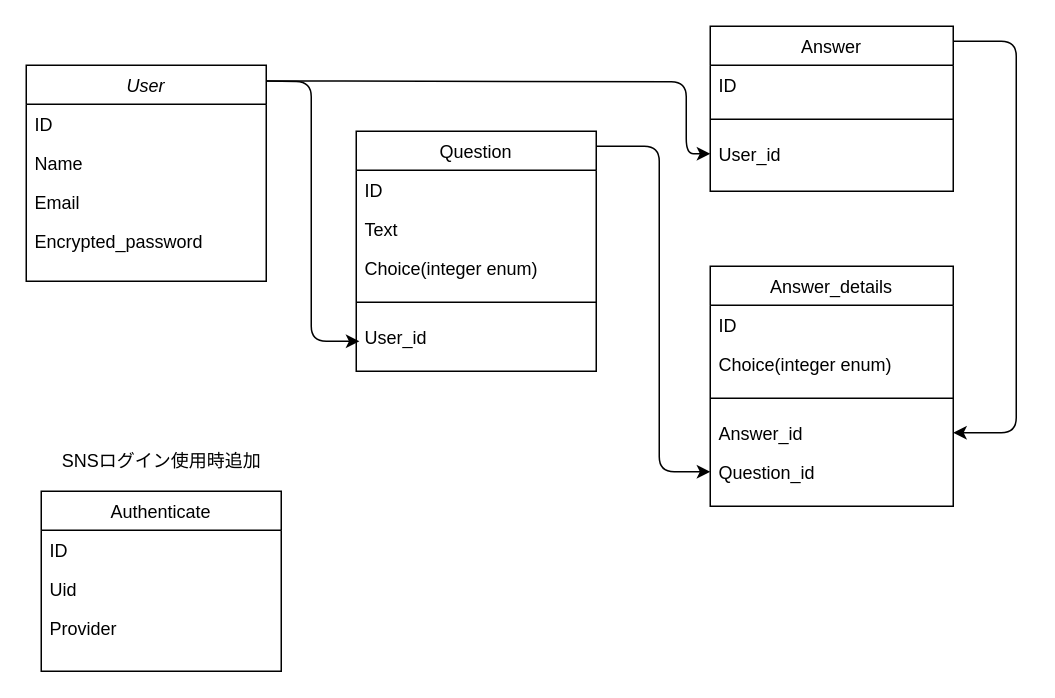
Earlier version of the draw.io diagram ER図.drawio (kyohei-917/meat_head). Source tidied: cells renumbered, new cells numbered last; positions are measured from the earlier drawing's top-left corner, leaving out a move shared by most shapes. Both pictures are drawn from the tidied source at 150%, with x=0, y=0 at pixel (26, 26).
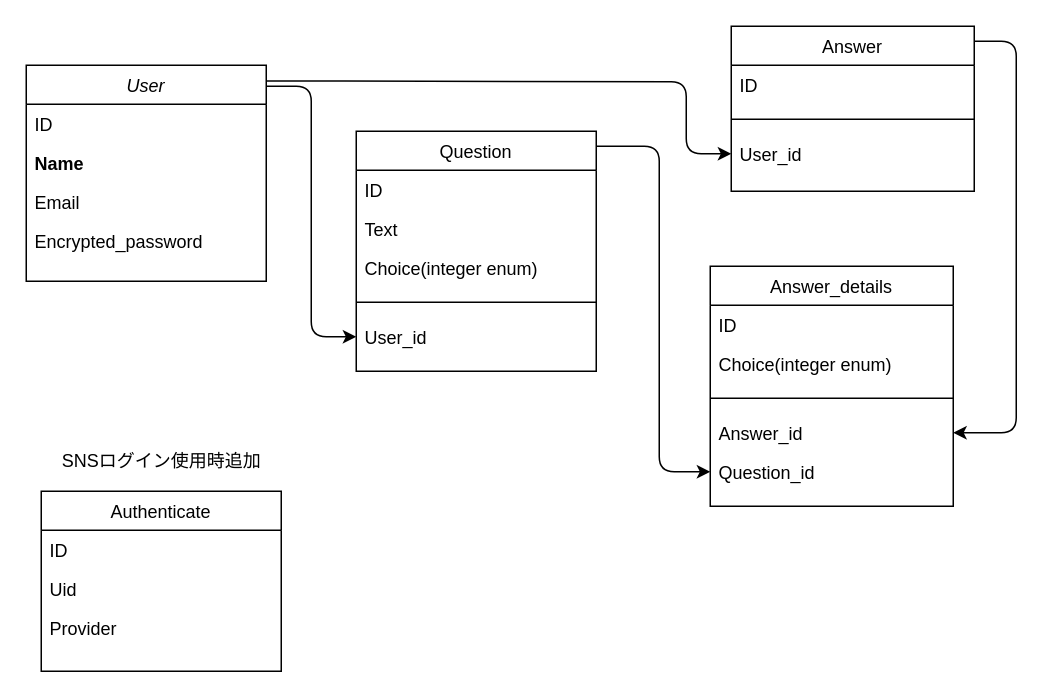
The same page after the edit.

Commit message:
Fix: ER図配置修正

The change refers to these unchanged cells:
```xml
<mxCell id="2" value="User" style="swimlane;fontStyle=2;align=center;verticalAlign=top;horizontal=1;startSize=26;rounded=0;shadow=0;strokeWidth=1;" parent="1" vertex="1">
  <mxGeometry y="26" width="160" height="144" as="geometry" />
</mxCell>
<mxCell id="7" value="Question" style="swimlane;fontStyle=0;align=center;verticalAlign=top;horizontal=1;startSize=26;rounded=0;shadow=0;strokeWidth=1;" parent="1" vertex="1">
  <mxGeometry x="220" y="70" width="160" height="160" as="geometry" />
</mxCell>
<mxCell id="17" value="Answer_id" style="text;align=left;verticalAlign=top;spacingLeft=4;spacingRight=4;overflow=hidden;points=[[0,0.5],[1,0.5]];portConstraint=eastwest;rounded=0;shadow=0;html=0;" parent="13" vertex="1">
  <mxGeometry y="98" width="162" height="26" as="geometry" />
</mxCell>
```

What changed in the source:
```diff
@@
-    <mxCell id="4" value="Name" style="text;align=left;verticalAlign=top;spacingLeft=4;spacingRight=4;overflow=hidden;rounded=0;shadow=0;html=0;" parent="2" vertex="1">
+    <mxCell id="4" value="Name" style="text;align=left;verticalAlign=top;spacingLeft=4;spacingRight=4;overflow=hidden;rounded=0;shadow=0;html=0;fontStyle=1;" parent="2" vertex="1">
       <mxGeometry y="52" width="160" height="26" as="geometry" />
     </mxCell>
@@
-    <mxCell id="10" value="Choice(integer enum)&#10;" style="text;align=left;verticalAlign=top;spacingLeft=4;spacingRight=4;overflow=hidden;rounded=0;shadow=0;html=0;" parent="7" vertex="1">
+    <mxCell id="10" value="Choice(integer enum)" style="text;align=left;verticalAlign=top;spacingLeft=4;spacingRight=4;overflow=hidden;rounded=0;shadow=0;html=0;" parent="7" vertex="1">
       <mxGeometry y="78" width="160" height="26" as="geometry" />
     </mxCell>
@@
     <mxCell id="12" value="User_id" style="text;align=left;verticalAlign=top;spacingLeft=4;spacingRight=4;overflow=hidden;points=[[0,0.5],[1,0.5]];portConstraint=eastwest;rounded=0;shadow=0;html=0;" parent="7" vertex="1">
-      <mxGeometry y="124" width="160" height="16" as="geometry" />
+      <mxGeometry y="124" width="160" height="26" as="geometry" />
     </mxCell>
@@
     <mxCell id="24" value="Answer" style="swimlane;fontStyle=0;align=center;verticalAlign=top;horizontal=1;startSize=26;rounded=0;shadow=0;strokeWidth=1;" parent="1" vertex="1">
-      <mxGeometry x="456" width="162" height="110" as="geometry" />
+      <mxGeometry x="470" width="162" height="110" as="geometry" />
     </mxCell>
@@
-    <mxCell id="28" style="endArrow=classic;html=1;exitX=1;exitY=0.091;exitDx=0;exitDy=0;exitPerimeter=0;entryX=1;entryY=0.5;entryDx=0;entryDy=0;" parent="1" edge="1" source="24" target="17">
-      <mxGeometry relative="1" as="geometry">
-        <Array as="points">
-          <mxPoint x="660" y="10" />
-          <mxPoint x="660" y="271" />
-        </Array>
-      </mxGeometry>
-    </mxCell>
+    <mxCell id="32" style="endArrow=classic;html=1;exitX=1;exitY=0.091;exitDx=0;exitDy=0;exitPerimeter=0;entryX=0;entryY=0.5;entryDx=0;entryDy=0;" parent="1" edge="1" target="12">
+      <mxGeometry relative="1" as="geometry">
+        <mxPoint x="160" y="40" as="sourcePoint" />
+        <Array as="points">
+          <mxPoint x="190" y="40" />
+          <mxPoint x="190" y="207" />
+        </Array>
+      </mxGeometry>
+    </mxCell>
@@
-    <mxCell id="31" style="endArrow=classic;html=1;exitX=1;exitY=0.091;exitDx=0;exitDy=0;exitPerimeter=0;entryX=0.013;entryY=1;entryDx=0;entryDy=0;entryPerimeter=0;" parent="1" edge="1" target="12">
-      <mxGeometry relative="1" as="geometry">
-        <mxPoint x="160" y="36.5" as="sourcePoint" />
-        <Array as="points">
-          <mxPoint x="190" y="37" />
-          <mxPoint x="190" y="210" />
-        </Array>
-      </mxGeometry>
-    </mxCell>
+    <mxCell id="28" style="endArrow=classic;html=1;exitX=1;exitY=0.091;exitDx=0;exitDy=0;exitPerimeter=0;entryX=1;entryY=0.5;entryDx=0;entryDy=0;" parent="1" edge="1" source="24" target="17">
+      <mxGeometry relative="1" as="geometry">
+        <Array as="points">
+          <mxPoint x="660" y="10" />
+          <mxPoint x="660" y="271" />
+        </Array>
+      </mxGeometry>
+    </mxCell>
```
